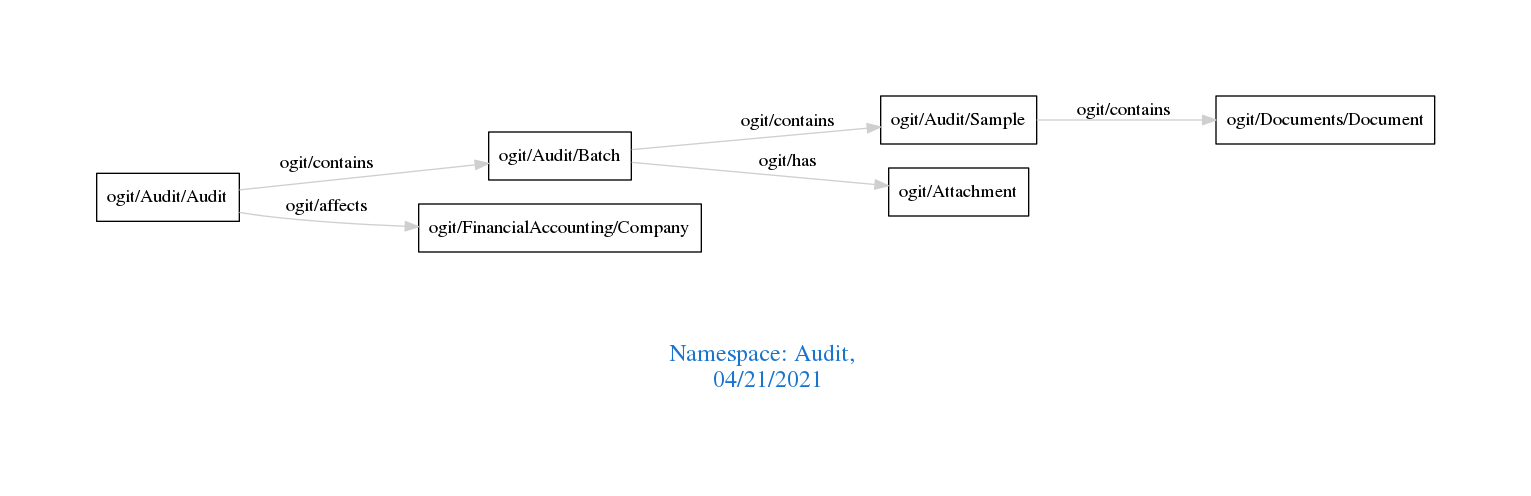
arago/OGIT keeps this Graphviz diagram as downloads/Audit.png. Above is the earlier version. Its source is kept beside it as downloads/Audit.dot.
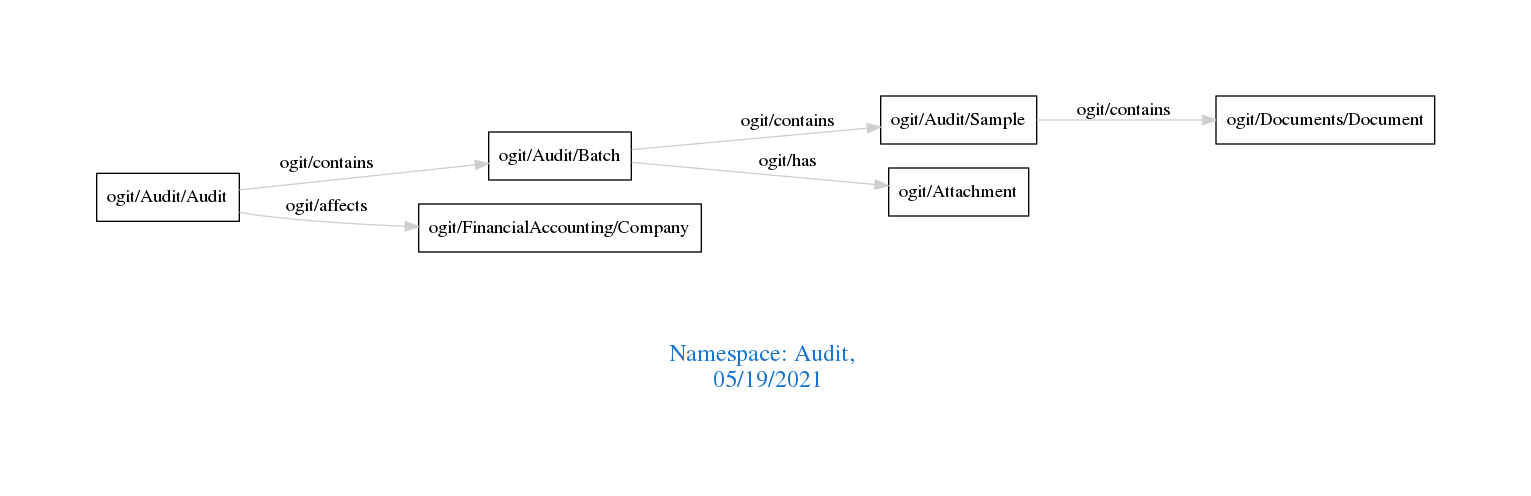
After the change.

Diff of the diagram source:
```diff
@@ -1,7 +1,7 @@
 digraph OGIT_ontology {
  graph [ rankdir= LR,pad=1
 fontsize = 18,
-fontcolor= dodgerblue3,label = "\n\n\nNamespace: Audit, \n 04/21/2021"];
+fontcolor= dodgerblue3,label = "\n\n\nNamespace: Audit, \n 05/19/2021"];
 node[shape=polygon];
 edge [  color="gray81"];
 
```
